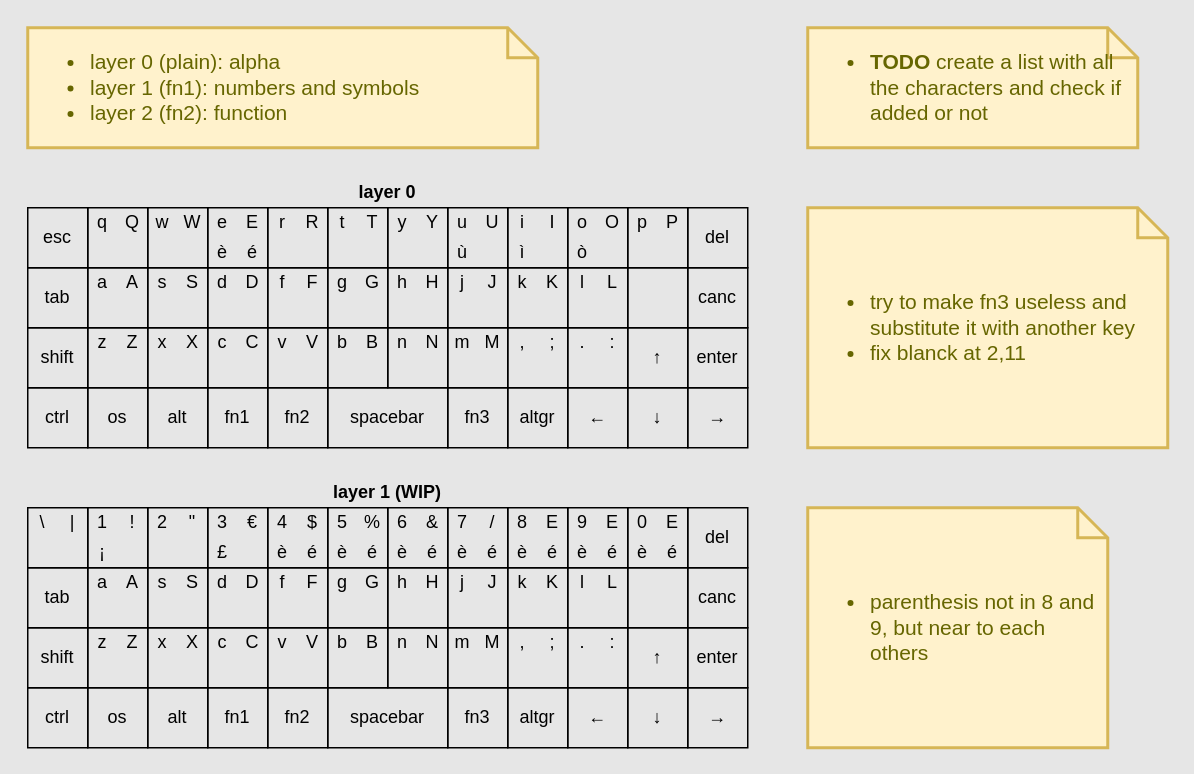
Above: layouts.dio in dellarosciagiorgio/crkbd (draw.io), before the change. Source tidied: cells renumbered, new cells numbered last; positions are measured from the earlier drawing's top-left corner, leaving out a move shared by most shapes. Both pictures are drawn from the tidied source at 150%, with x=0, y=0 at pixel (27, 27).
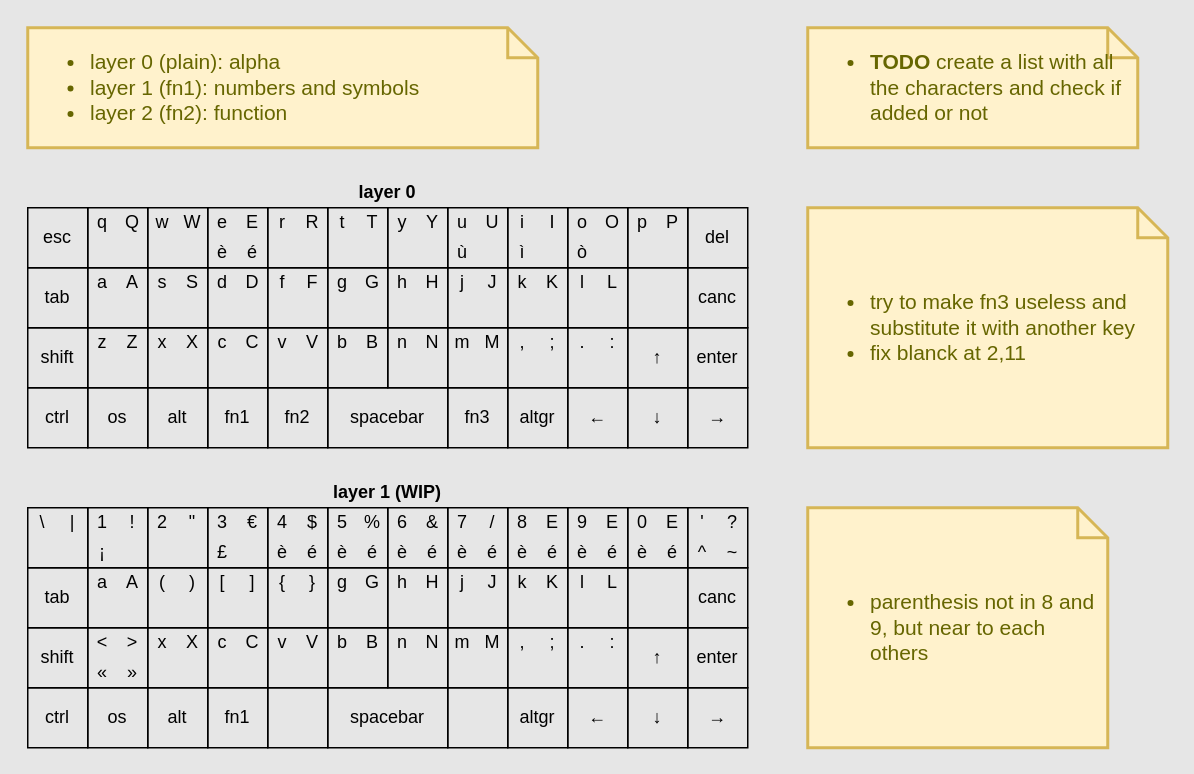
Above is the later version.

Unchanged cells that the change refers to:
```xml
<mxCell id="181" style="group;" parent="180" vertex="1">
  <mxGeometry y="40" width="40" height="40" as="geometry" />
</mxCell>
<mxCell id="185" style="group;" parent="1" vertex="1">
  <mxGeometry x="120" y="360" width="40" height="40" as="geometry" />
</mxCell>
<mxCell id="201" style="group;" parent="1" vertex="1">
  <mxGeometry x="160" y="360" width="40" height="40" as="geometry" />
</mxCell>
<mxCell id="205" style="group;" parent="1" vertex="1">
  <mxGeometry x="440" y="320" width="40" height="40" as="geometry" />
</mxCell>
<mxCell id="231" style="group;" parent="1" vertex="1">
  <mxGeometry x="160" y="440" width="40" height="40" as="geometry" />
</mxCell>
<mxCell id="234" style="group;" parent="1" vertex="1">
  <mxGeometry x="280" y="440" width="40" height="40" as="geometry" />
</mxCell>
<mxCell id="287" style="group;" parent="1" vertex="1">
  <mxGeometry x="40" y="400" width="40" height="40" as="geometry" />
</mxCell>
```

Change to the diagram source:
```diff
@@
-    <mxCell id="93" style="group;" parent="1" vertex="1">
-      <mxGeometry y="240" width="40" height="40" as="geometry" />
-    </mxCell>
-    <mxCell id="94" style="rounded=0;whiteSpace=wrap;html=1;strokeColor=#000000;strokeWidth=1;fillColor=none;" parent="93" vertex="1">
-      <mxGeometry width="40" height="40" as="geometry" />
-    </mxCell>
-    <mxCell id="95" value="ctrl" style="text;html=1;strokeColor=none;fillColor=none;align=center;verticalAlign=middle;whiteSpace=wrap;rounded=0;strokeWidth=1;fontFamily=Cascadia Code;fontColor=#000000;" parent="93" vertex="1">
-      <mxGeometry x="10" y="10" width="20" height="20" as="geometry" />
-    </mxCell>
@@
-    <mxCell id="183" value="S" style="text;html=1;strokeColor=none;fillColor=none;align=center;verticalAlign=middle;whiteSpace=wrap;rounded=0;strokeWidth=1;fontFamily=Cascadia Code;fontColor=#000000;" parent="181" vertex="1">
+    <mxCell id="183" value=")" style="text;html=1;strokeColor=none;fillColor=none;align=center;verticalAlign=middle;whiteSpace=wrap;rounded=0;strokeWidth=1;fontFamily=Cascadia Code;fontColor=#000000;" parent="181" vertex="1">
       <mxGeometry x="20" width="20" height="20" as="geometry" />
     </mxCell>
-    <mxCell id="184" value="s" style="text;html=1;strokeColor=none;fillColor=none;align=center;verticalAlign=middle;whiteSpace=wrap;rounded=0;strokeWidth=1;fontFamily=Cascadia Code;fontColor=#000000;" parent="181" vertex="1">
+    <mxCell id="184" value="(" style="text;html=1;strokeColor=none;fillColor=none;align=center;verticalAlign=middle;whiteSpace=wrap;rounded=0;strokeWidth=1;fontFamily=Cascadia Code;fontColor=#000000;" parent="181" vertex="1">
       <mxGeometry width="20" height="20" as="geometry" />
     </mxCell>
@@
-    <mxCell id="187" value="D" style="text;html=1;strokeColor=none;fillColor=none;align=center;verticalAlign=middle;whiteSpace=wrap;rounded=0;strokeWidth=1;fontFamily=Cascadia Code;fontColor=#000000;" parent="185" vertex="1">
+    <mxCell id="187" value="]" style="text;html=1;strokeColor=none;fillColor=none;align=center;verticalAlign=middle;whiteSpace=wrap;rounded=0;strokeWidth=1;fontFamily=Cascadia Code;fontColor=#000000;" parent="185" vertex="1">
       <mxGeometry x="20" width="20" height="20" as="geometry" />
     </mxCell>
-    <mxCell id="188" value="d" style="text;html=1;strokeColor=none;fillColor=none;align=center;verticalAlign=middle;whiteSpace=wrap;rounded=0;strokeWidth=1;fontFamily=Cascadia Code;fontColor=#000000;" parent="185" vertex="1">
+    <mxCell id="188" value="[" style="text;html=1;strokeColor=none;fillColor=none;align=center;verticalAlign=middle;whiteSpace=wrap;rounded=0;strokeWidth=1;fontFamily=Cascadia Code;fontColor=#000000;" parent="185" vertex="1">
       <mxGeometry width="20" height="20" as="geometry" />
     </mxCell>
@@
-    <mxCell id="203" value="F" style="text;html=1;strokeColor=none;fillColor=none;align=center;verticalAlign=middle;whiteSpace=wrap;rounded=0;strokeWidth=1;fontFamily=Cascadia Code;fontColor=#000000;" parent="201" vertex="1">
+    <mxCell id="203" value="}" style="text;html=1;strokeColor=none;fillColor=none;align=center;verticalAlign=middle;whiteSpace=wrap;rounded=0;strokeWidth=1;fontFamily=Cascadia Code;fontColor=#000000;" parent="201" vertex="1">
       <mxGeometry x="20" width="20" height="20" as="geometry" />
     </mxCell>
-    <mxCell id="204" value="f" style="text;html=1;strokeColor=none;fillColor=none;align=center;verticalAlign=middle;whiteSpace=wrap;rounded=0;strokeWidth=1;fontFamily=Cascadia Code;fontColor=#000000;" parent="201" vertex="1">
+    <mxCell id="204" value="{" style="text;html=1;strokeColor=none;fillColor=none;align=center;verticalAlign=middle;whiteSpace=wrap;rounded=0;strokeWidth=1;fontFamily=Cascadia Code;fontColor=#000000;" parent="201" vertex="1">
       <mxGeometry width="20" height="20" as="geometry" />
     </mxCell>
@@
-    <mxCell id="207" value="del" style="text;html=1;strokeColor=none;fillColor=none;align=center;verticalAlign=middle;whiteSpace=wrap;rounded=0;strokeWidth=1;fontFamily=Cascadia Code;fontColor=#000000;" parent="205" vertex="1">
-      <mxGeometry x="10" y="10" width="20" height="20" as="geometry" />
-    </mxCell>
+    <mxCell id="360" value="^" style="text;html=1;strokeColor=none;fillColor=none;align=center;verticalAlign=middle;whiteSpace=wrap;rounded=0;strokeWidth=1;fontFamily=Cascadia Code;fontColor=#000000;rotation=0;" parent="205" vertex="1">
+      <mxGeometry y="20" width="20" height="20" as="geometry" />
+    </mxCell>
+    <mxCell id="361" value="?" style="text;html=1;strokeColor=none;fillColor=none;align=center;verticalAlign=middle;whiteSpace=wrap;rounded=0;strokeWidth=1;fontFamily=Cascadia Code;fontColor=#000000;" parent="205" vertex="1">
+      <mxGeometry x="20" width="20" height="20" as="geometry" />
+    </mxCell>
+    <mxCell id="362" value="~" style="text;html=1;strokeColor=none;fillColor=none;align=center;verticalAlign=middle;whiteSpace=wrap;rounded=0;strokeWidth=1;fontFamily=Cascadia Code;fontColor=#000000;" parent="205" vertex="1">
+      <mxGeometry x="20" y="20" width="20" height="20" as="geometry" />
+    </mxCell>
+    <mxCell id="363" value="'" style="text;html=1;strokeColor=none;fillColor=none;align=center;verticalAlign=middle;whiteSpace=wrap;rounded=0;strokeWidth=1;fontFamily=Cascadia Code;fontColor=#000000;" parent="205" vertex="1">
+      <mxGeometry width="20" height="20" as="geometry" />
+    </mxCell>
@@
-    <mxCell id="233" value="fn2" style="text;html=1;strokeColor=none;fillColor=none;align=center;verticalAlign=middle;whiteSpace=wrap;rounded=0;strokeWidth=1;fontFamily=Cascadia Code;fontColor=#000000;" parent="231" vertex="1">
-      <mxGeometry x="10" y="10" width="20" height="20" as="geometry" />
-    </mxCell>
@@
-    <mxCell id="236" value="fn3" style="text;html=1;strokeColor=none;fillColor=none;align=center;verticalAlign=middle;whiteSpace=wrap;rounded=0;strokeWidth=1;fontFamily=Cascadia Code;fontColor=#000000;" parent="234" vertex="1">
-      <mxGeometry x="10" y="10" width="20" height="20" as="geometry" />
-    </mxCell>
@@
-    <mxCell id="289" value="Z" style="text;html=1;strokeColor=none;fillColor=none;align=center;verticalAlign=middle;whiteSpace=wrap;rounded=0;strokeWidth=1;fontFamily=Cascadia Code;fontColor=#000000;" parent="287" vertex="1">
-      <mxGeometry x="20" width="20" height="20" as="geometry" />
-    </mxCell>
-    <mxCell id="290" value="z" style="text;html=1;strokeColor=none;fillColor=none;align=center;verticalAlign=middle;whiteSpace=wrap;rounded=0;strokeWidth=1;fontFamily=Cascadia Code;fontColor=#000000;" parent="287" vertex="1">
-      <mxGeometry width="20" height="20" as="geometry" />
-    </mxCell>
+    <mxCell id="364" value="«" style="text;html=1;strokeColor=none;fillColor=none;align=center;verticalAlign=middle;whiteSpace=wrap;rounded=0;strokeWidth=1;fontFamily=Cascadia Code;fontColor=#000000;rotation=0;" parent="287" vertex="1">
+      <mxGeometry y="20" width="20" height="20" as="geometry" />
+    </mxCell>
+    <mxCell id="365" value="&amp;gt;" style="text;html=1;strokeColor=none;fillColor=none;align=center;verticalAlign=middle;whiteSpace=wrap;rounded=0;strokeWidth=1;fontFamily=Cascadia Code;fontColor=#000000;" parent="287" vertex="1">
+      <mxGeometry x="20" width="20" height="20" as="geometry" />
+    </mxCell>
+    <mxCell id="366" value="»" style="text;html=1;strokeColor=none;fillColor=none;align=center;verticalAlign=middle;whiteSpace=wrap;rounded=0;strokeWidth=1;fontFamily=Cascadia Code;fontColor=#000000;" parent="287" vertex="1">
+      <mxGeometry x="20" y="20" width="20" height="20" as="geometry" />
+    </mxCell>
+    <mxCell id="367" value="&amp;lt;" style="text;html=1;strokeColor=none;fillColor=none;align=center;verticalAlign=middle;whiteSpace=wrap;rounded=0;strokeWidth=1;fontFamily=Cascadia Code;fontColor=#000000;" parent="287" vertex="1">
+      <mxGeometry width="20" height="20" as="geometry" />
+    </mxCell>
@@
+    <mxCell id="368" style="rounded=0;whiteSpace=wrap;html=1;strokeColor=#000000;strokeWidth=1;fillColor=none;" parent="1" vertex="1">
+      <mxGeometry y="240" width="40" height="40" as="geometry" />
+    </mxCell>
+    <mxCell id="95" value="ctrl" style="text;html=1;strokeColor=none;fillColor=none;align=center;verticalAlign=middle;whiteSpace=wrap;rounded=0;strokeWidth=1;fontFamily=Cascadia Code;fontColor=#000000;" parent="1" vertex="1">
+      <mxGeometry x="10" y="250" width="20" height="20" as="geometry" />
+    </mxCell>
```
